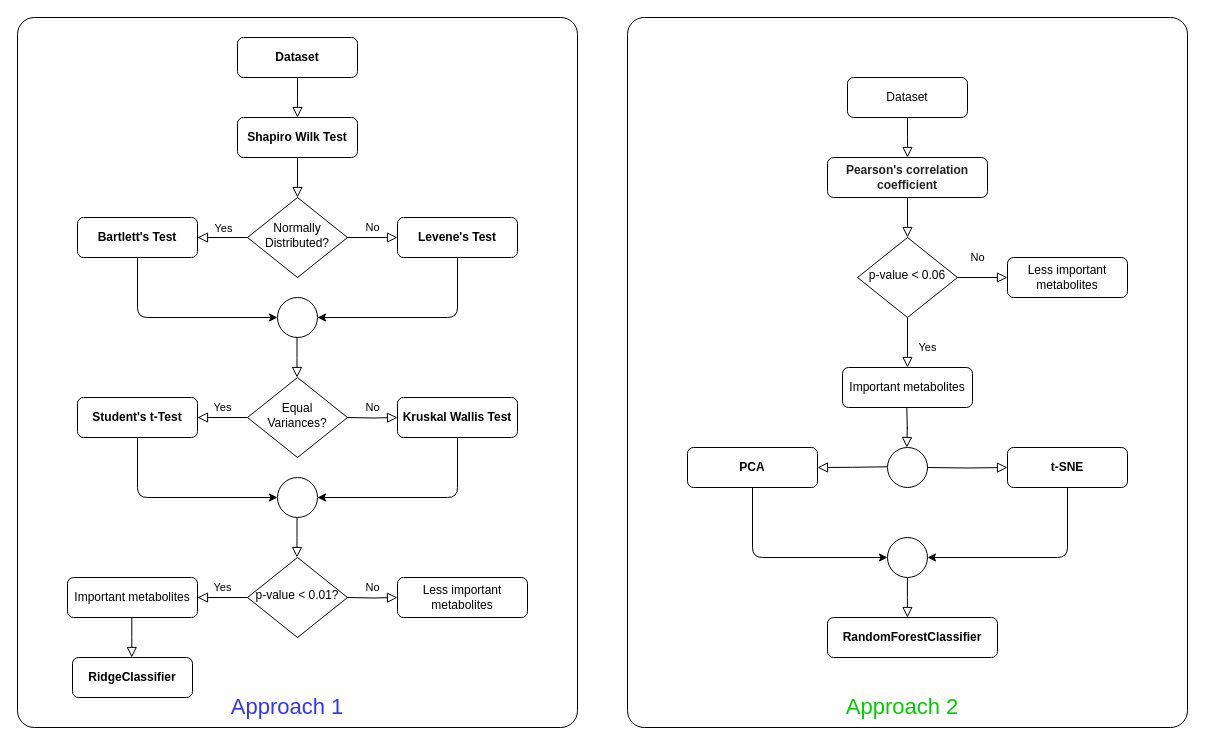
Before: final and best approach/Untitled Diagram.drawio in utshabkg/lung_cancer_biomarker, a draw.io diagram. Source tidied: cells renumbered, new cells numbered last; positions are measured from the earlier drawing's top-left corner, leaving out a move shared by most shapes. Both pictures are drawn from the tidied source at 100%, with x=0, y=0 at pixel (17, 17).
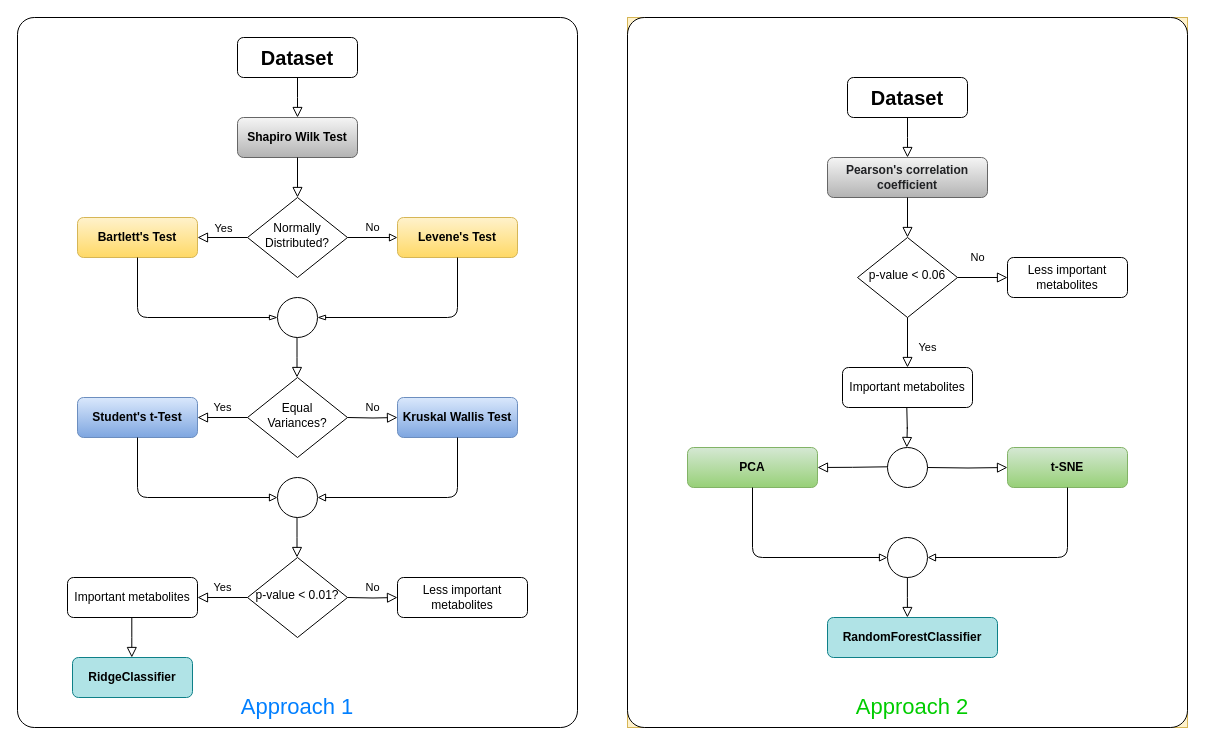
Above is the later version.

Unchanged cells that the change refers to:
```xml
<mxCell id="19" style="ellipse;whiteSpace=wrap;html=1;" parent="2" vertex="1">
  <mxGeometry x="260" y="520" width="40" height="40" as="geometry" />
</mxCell>
<mxCell id="25" style="group;" parent="1" vertex="1">
  <mxGeometry width="560" height="710" as="geometry" />
</mxCell>
<mxCell id="29" value="Normally Distributed?" style="rhombus;whiteSpace=wrap;html=1;shadow=0;fontFamily=Helvetica;fontSize=12;align=center;strokeWidth=1;spacing=6;spacingTop=-4;" parent="25" vertex="1">
  <mxGeometry x="230" y="180" width="100" height="80" as="geometry" />
</mxCell>
<mxCell id="41" style="ellipse;whiteSpace=wrap;html=1;" parent="25" vertex="1">
  <mxGeometry x="260" y="280" width="40" height="40" as="geometry" />
</mxCell>
<mxCell id="44" style="ellipse;whiteSpace=wrap;html=1;" parent="25" vertex="1">
  <mxGeometry x="260" y="460" width="40" height="40" as="geometry" />
</mxCell>
```

The edit, as a diff of the source:
```diff
@@
-    <mxCell id="2" style="group;" parent="1" vertex="1">
+    <mxCell id="2" style="group;fillColor=#fff2cc;strokeColor=#d6b656;" parent="1" vertex="1">
       <mxGeometry x="610" width="560" height="710" as="geometry" />
     </mxCell>
@@
-    <mxCell id="4" value="&lt;b style=&quot;color: rgb(32 , 33 , 36) ; text-align: left ; background-color: rgb(255 , 255 , 255)&quot;&gt;&lt;font style=&quot;font-size: 12px&quot;&gt;Pearson's correlation coefficient&lt;/font&gt;&lt;/b&gt;" style="rounded=1;whiteSpace=wrap;html=1;fontSize=12;glass=0;strokeWidth=1;shadow=0;" parent="2" vertex="1">
+    <mxCell id="4" value="&lt;b style=&quot;color: rgb(32 , 33 , 36) ; text-align: left&quot;&gt;&lt;font style=&quot;font-size: 12px&quot;&gt;Pearson's correlation coefficient&lt;/font&gt;&lt;/b&gt;" style="rounded=1;whiteSpace=wrap;html=1;fontSize=12;glass=0;strokeWidth=1;shadow=0;fillColor=#f5f5f5;strokeColor=#666666;gradientColor=#b3b3b3;" parent="2" vertex="1">
       <mxGeometry x="200" y="140" width="160" height="40" as="geometry" />
     </mxCell>
@@
-    <mxCell id="9" value="Dataset" style="rounded=1;whiteSpace=wrap;html=1;fontSize=12;glass=0;strokeWidth=1;shadow=0;" parent="2" vertex="1">
+    <mxCell id="9" value="&lt;b&gt;&lt;font style=&quot;font-size: 20px&quot;&gt;Dataset&lt;/font&gt;&lt;/b&gt;" style="rounded=1;whiteSpace=wrap;html=1;fontSize=12;glass=0;strokeWidth=1;shadow=0;" parent="2" vertex="1">
       <mxGeometry x="220" y="60" width="120" height="40" as="geometry" />
     </mxCell>
-    <mxCell id="10" value="&lt;b&gt;PCA&lt;/b&gt;" style="rounded=1;whiteSpace=wrap;html=1;fontSize=12;glass=0;strokeWidth=1;shadow=0;" parent="2" vertex="1">
+    <mxCell id="10" value="&lt;b&gt;PCA&lt;/b&gt;" style="rounded=1;whiteSpace=wrap;html=1;fontSize=12;glass=0;strokeWidth=1;shadow=0;fillColor=#d5e8d4;strokeColor=#82b366;gradientColor=#97d077;" parent="2" vertex="1">
       <mxGeometry x="60" y="430" width="130" height="40" as="geometry" />
     </mxCell>
@@
-    <mxCell id="12" value="&lt;b&gt;RandomForestClassifier&lt;/b&gt;" style="rounded=1;whiteSpace=wrap;html=1;fontSize=12;glass=0;strokeWidth=1;shadow=0;" parent="2" vertex="1">
+    <mxCell id="12" value="&lt;b&gt;RandomForestClassifier&lt;/b&gt;" style="rounded=1;whiteSpace=wrap;html=1;fontSize=12;glass=0;strokeWidth=1;shadow=0;fillColor=#b0e3e6;strokeColor=#0e8088;" parent="2" vertex="1">
       <mxGeometry x="200" y="600" width="170" height="40" as="geometry" />
     </mxCell>
@@
-    <mxCell id="16" value="&lt;b&gt;t-SNE&lt;/b&gt;" style="rounded=1;whiteSpace=wrap;html=1;fontSize=12;glass=0;strokeWidth=1;shadow=0;" parent="2" vertex="1">
+    <mxCell id="16" value="&lt;b&gt;t-SNE&lt;/b&gt;" style="rounded=1;whiteSpace=wrap;html=1;fontSize=12;glass=0;strokeWidth=1;shadow=0;fillColor=#d5e8d4;strokeColor=#82b366;gradientColor=#97d077;" parent="2" vertex="1">
       <mxGeometry x="380" y="430" width="120" height="40" as="geometry" />
     </mxCell>
@@
-    <mxCell id="21" style="endArrow=classic;html=1;exitX=0.5;exitY=1;exitDx=0;exitDy=0;entryX=1;entryY=0.5;entryDx=0;entryDy=0;" parent="2" edge="1" source="16" target="19">
+    <mxCell id="21" style="endArrow=block;html=1;exitX=0.5;exitY=1;exitDx=0;exitDy=0;entryX=1;entryY=0.5;entryDx=0;entryDy=0;endFill=0;" parent="2" edge="1" source="16" target="19">
       <mxGeometry relative="1" as="geometry">
         <Array as="points">
           <mxPoint x="440" y="540" />
         </Array>
       </mxGeometry>
     </mxCell>
-    <mxCell id="22" style="endArrow=classic;html=1;exitX=0.5;exitY=1;exitDx=0;exitDy=0;entryX=0;entryY=0.5;entryDx=0;entryDy=0;" parent="2" edge="1" source="10" target="19">
+    <mxCell id="22" style="endArrow=block;html=1;exitX=0.5;exitY=1;exitDx=0;exitDy=0;entryX=0;entryY=0.5;entryDx=0;entryDy=0;endFill=0;" parent="2" edge="1" source="10" target="19">
       <mxGeometry relative="1" as="geometry">
         <Array as="points">
           <mxPoint x="125" y="540" />
         </Array>
       </mxGeometry>
     </mxCell>
@@
     <mxCell id="24" value="&lt;font style=&quot;font-size: 22px&quot; color=&quot;#00cc00&quot;&gt;Approach 2&lt;/font&gt;" style="text;html=1;strokeColor=none;fillColor=none;align=center;verticalAlign=middle;whiteSpace=wrap;rounded=0;" parent="2" vertex="1">
-      <mxGeometry x="205" y="680" width="140" height="20" as="geometry" />
+      <mxGeometry x="215" y="680" width="140" height="20" as="geometry" />
     </mxCell>
@@
-    <mxCell id="27" value="&lt;b&gt;Shapiro Wilk Test&lt;/b&gt;" style="rounded=1;whiteSpace=wrap;html=1;fontSize=12;glass=0;strokeWidth=1;shadow=0;" parent="25" vertex="1">
+    <mxCell id="27" value="&lt;b&gt;Shapiro Wilk Test&lt;/b&gt;" style="rounded=1;whiteSpace=wrap;html=1;fontSize=12;glass=0;strokeWidth=1;shadow=0;fillColor=#f5f5f5;strokeColor=#666666;gradientColor=#b3b3b3;" parent="25" vertex="1">
       <mxGeometry x="220" y="100" width="120" height="40" as="geometry" />
     </mxCell>
@@
-    <mxCell id="31" value="&lt;b&gt;Levene's Test&lt;/b&gt;" style="rounded=1;whiteSpace=wrap;html=1;fontSize=12;glass=0;strokeWidth=1;shadow=0;" parent="25" vertex="1">
+    <mxCell id="31" value="&lt;b&gt;Levene's Test&lt;/b&gt;" style="rounded=1;whiteSpace=wrap;html=1;fontSize=12;glass=0;strokeWidth=1;shadow=0;fillColor=#fff2cc;strokeColor=#d6b656;gradientColor=#ffd966;" parent="25" vertex="1">
       <mxGeometry x="380" y="200" width="120" height="40" as="geometry" />
     </mxCell>
-    <mxCell id="32" value="No" style="edgeStyle=orthogonalEdgeStyle;rounded=0;html=1;jettySize=auto;fontSize=11;endArrow=block;endFill=0;endSize=8;strokeWidth=1;shadow=0;labelBackgroundColor=none;fontStyle=0;" parent="25" edge="1" source="29" target="31">
+    <mxCell id="32" value="No" style="edgeStyle=orthogonalEdgeStyle;rounded=0;html=1;jettySize=auto;fontSize=11;endArrow=block;endFill=0;strokeWidth=1;shadow=0;labelBackgroundColor=none;fontStyle=0;" parent="25" edge="1" source="29" target="31">
       <mxGeometry y="10" relative="1" as="geometry" />
     </mxCell>
@@
-    <mxCell id="34" value="&lt;b&gt;Dataset&lt;/b&gt;" style="rounded=1;whiteSpace=wrap;html=1;fontSize=12;glass=0;strokeWidth=1;shadow=0;" parent="25" vertex="1">
+    <mxCell id="34" value="&lt;b&gt;&lt;font style=&quot;font-size: 20px&quot;&gt;Dataset&lt;/font&gt;&lt;/b&gt;" style="rounded=1;whiteSpace=wrap;html=1;fontSize=12;glass=0;strokeWidth=1;shadow=0;" parent="25" vertex="1">
       <mxGeometry x="220" y="20" width="120" height="40" as="geometry" />
     </mxCell>
-    <mxCell id="35" value="&lt;b&gt;Bartlett's Test&lt;/b&gt;" style="rounded=1;whiteSpace=wrap;html=1;fontSize=12;glass=0;strokeWidth=1;shadow=0;" parent="25" vertex="1">
+    <mxCell id="35" value="&lt;b&gt;Bartlett's Test&lt;/b&gt;" style="rounded=1;whiteSpace=wrap;html=1;fontSize=12;glass=0;strokeWidth=1;shadow=0;fillColor=#fff2cc;strokeColor=#d6b656;gradientColor=#ffd966;" parent="25" vertex="1">
       <mxGeometry x="60" y="200" width="120" height="40" as="geometry" />
     </mxCell>
@@
-    <mxCell id="39" value="&lt;b&gt;Kruskal Wallis Test&lt;/b&gt;" style="rounded=1;whiteSpace=wrap;html=1;fontSize=12;glass=0;strokeWidth=1;shadow=0;" parent="25" vertex="1">
+    <mxCell id="39" value="&lt;b&gt;Kruskal Wallis Test&lt;/b&gt;" style="rounded=1;whiteSpace=wrap;html=1;fontSize=12;glass=0;strokeWidth=1;shadow=0;fillColor=#dae8fc;strokeColor=#6c8ebf;gradientColor=#7ea6e0;" parent="25" vertex="1">
       <mxGeometry x="380" y="380" width="120" height="40" as="geometry" />
     </mxCell>
-    <mxCell id="40" value="&lt;b&gt;Student's t-Test&lt;/b&gt;" style="rounded=1;whiteSpace=wrap;html=1;fontSize=12;glass=0;strokeWidth=1;shadow=0;" parent="25" vertex="1">
+    <mxCell id="40" value="&lt;b&gt;Student's t-Test&lt;/b&gt;" style="rounded=1;whiteSpace=wrap;html=1;fontSize=12;glass=0;strokeWidth=1;shadow=0;fillColor=#dae8fc;strokeColor=#6c8ebf;gradientColor=#7ea6e0;" parent="25" vertex="1">
       <mxGeometry x="60" y="380" width="120" height="40" as="geometry" />
     </mxCell>
@@
-    <mxCell id="42" style="endArrow=classic;html=1;exitX=0.5;exitY=1;exitDx=0;exitDy=0;entryX=0;entryY=0.5;entryDx=0;entryDy=0;" parent="25" edge="1" source="35" target="41">
+    <mxCell id="42" style="endArrow=blockThin;html=1;exitX=0.5;exitY=1;exitDx=0;exitDy=0;entryX=0;entryY=0.5;entryDx=0;entryDy=0;endFill=0;" parent="25" edge="1" source="35" target="41">
       <mxGeometry relative="1" as="geometry">
         <Array as="points">
           <mxPoint x="120" y="300" />
         </Array>
       </mxGeometry>
     </mxCell>
-    <mxCell id="43" style="endArrow=classic;html=1;exitX=0.5;exitY=1;exitDx=0;exitDy=0;entryX=1;entryY=0.5;entryDx=0;entryDy=0;" parent="25" edge="1" source="31" target="41">
+    <mxCell id="43" style="endArrow=blockThin;html=1;exitX=0.5;exitY=1;exitDx=0;exitDy=0;entryX=1;entryY=0.5;entryDx=0;entryDy=0;startArrow=none;startFill=0;endFill=0;" parent="25" edge="1" source="31" target="41">
       <mxGeometry relative="1" as="geometry">
         <Array as="points">
           <mxPoint x="440" y="300" />
         </Array>
       </mxGeometry>
     </mxCell>
@@
-    <mxCell id="45" style="endArrow=classic;html=1;exitX=0.5;exitY=1;exitDx=0;exitDy=0;entryX=0;entryY=0.5;entryDx=0;entryDy=0;" parent="25" edge="1" target="44">
+    <mxCell id="45" style="endArrow=block;html=1;exitX=0.5;exitY=1;exitDx=0;exitDy=0;entryX=0;entryY=0.5;entryDx=0;entryDy=0;endFill=0;" parent="25" edge="1" target="44">
       <mxGeometry relative="1" as="geometry">
         <mxPoint x="120" y="420" as="sourcePoint" />
         <Array as="points">
           <mxPoint x="120" y="480" />
         </Array>
       </mxGeometry>
     </mxCell>
-    <mxCell id="46" style="endArrow=classic;html=1;exitX=0.5;exitY=1;exitDx=0;exitDy=0;entryX=1;entryY=0.5;entryDx=0;entryDy=0;" parent="25" edge="1" target="44">
+    <mxCell id="46" style="endArrow=block;html=1;exitX=0.5;exitY=1;exitDx=0;exitDy=0;entryX=1;entryY=0.5;entryDx=0;entryDy=0;endFill=0;" parent="25" edge="1" target="44">
       <mxGeometry relative="1" as="geometry">
         <mxPoint x="440" y="420" as="sourcePoint" />
         <Array as="points">
           <mxPoint x="440" y="480" />
         </Array>
       </mxGeometry>
     </mxCell>
@@
-    <mxCell id="55" value="&lt;b&gt;RidgeClassifier&lt;/b&gt;" style="rounded=1;whiteSpace=wrap;html=1;fontSize=12;glass=0;strokeWidth=1;shadow=0;" parent="25" vertex="1">
+    <mxCell id="55" value="&lt;b&gt;RidgeClassifier&lt;/b&gt;" style="rounded=1;whiteSpace=wrap;html=1;fontSize=12;glass=0;strokeWidth=1;shadow=0;fillColor=#b0e3e6;strokeColor=#0e8088;" parent="25" vertex="1">
       <mxGeometry x="55" y="640" width="120" height="40" as="geometry" />
     </mxCell>
-    <mxCell id="56" value="&lt;font style=&quot;font-size: 22px&quot; color=&quot;#3333ff&quot;&gt;Approach 1&lt;/font&gt;" style="text;html=1;strokeColor=none;fillColor=none;align=center;verticalAlign=middle;whiteSpace=wrap;rounded=0;" parent="25" vertex="1">
-      <mxGeometry x="200" y="680" width="140" height="20" as="geometry" />
+    <mxCell id="56" value="&lt;font style=&quot;font-size: 22px&quot; color=&quot;#007fff&quot;&gt;Approach 1&lt;/font&gt;" style="text;html=1;strokeColor=none;fillColor=none;align=center;verticalAlign=middle;whiteSpace=wrap;rounded=0;" parent="25" vertex="1">
+      <mxGeometry x="210" y="680" width="140" height="20" as="geometry" />
     </mxCell>
```
